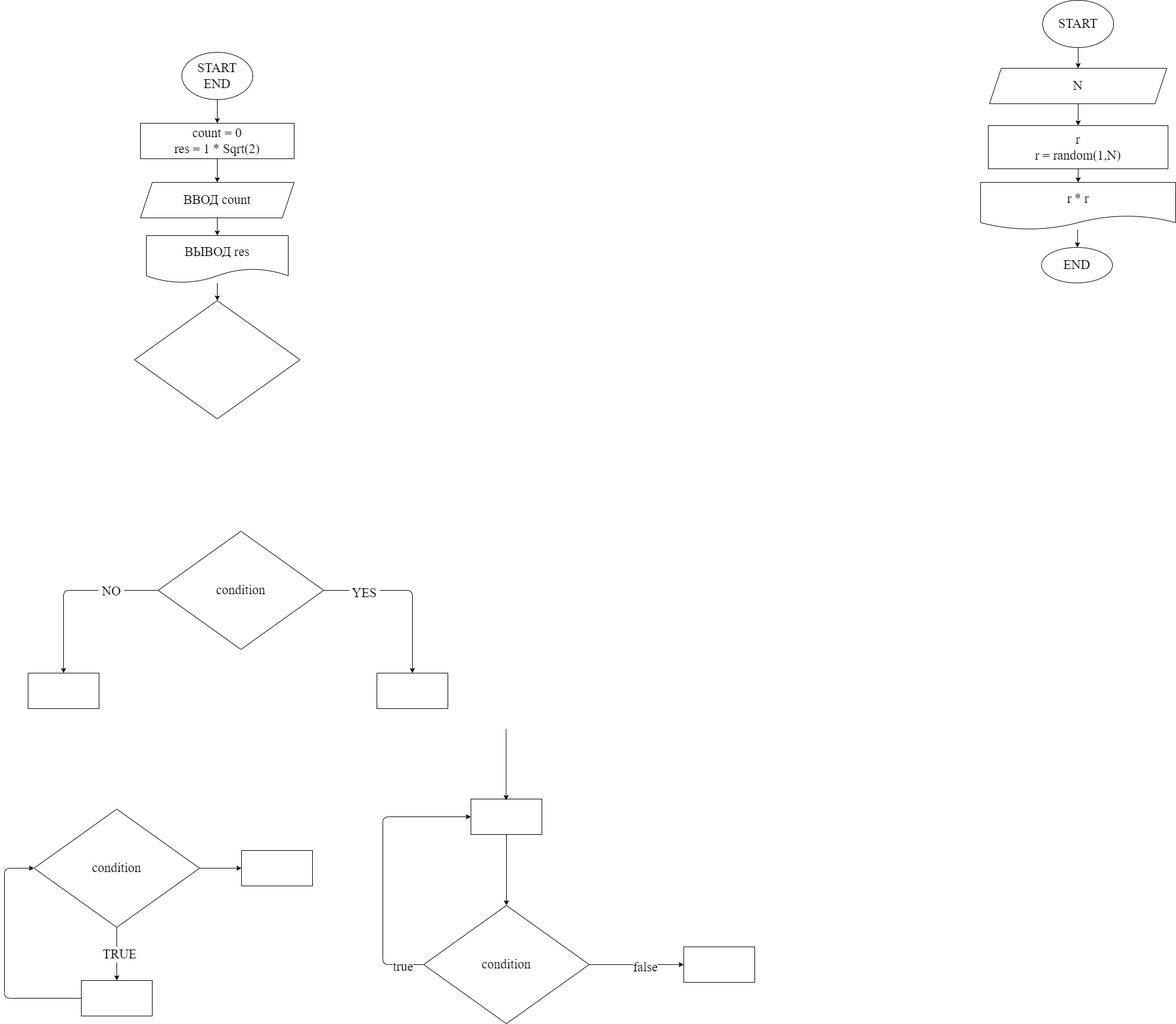
The draw.io diagram ex000.drawio.png in iksergey/practice_temp, before a commit. Source tidied: cells renumbered, new cells last; positions are measured from the earlier drawing's top-left corner, leaving out a move shared by most shapes.
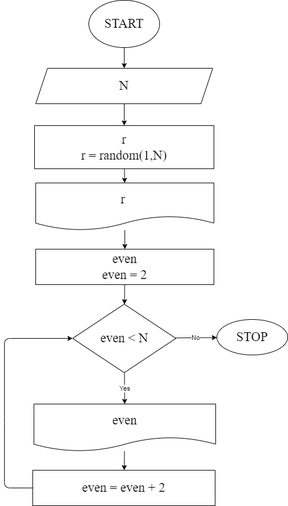
The same diagram one commit later.

Commit message:
Добавляем вывод всех четных чисел

What changed in the source:
```diff
@@ -2,123 +2,6 @@
   <root>
     <mxCell id="0" />
     <mxCell id="1" parent="0" />
-    <mxCell id="2" style="edgeStyle=none;html=1;fontFamily=Fira Code;fontSize=22;" parent="1" edge="1" source="3" target="5">
-      <mxGeometry relative="1" as="geometry" />
-    </mxCell>
-    <mxCell id="3" value="START&lt;br&gt;END" style="ellipse;whiteSpace=wrap;html=1;fontFamily=Fira Code;fontSize=22;" parent="1" vertex="1">
-      <mxGeometry x="300" y="88" width="120" height="80" as="geometry" />
-    </mxCell>
-    <mxCell id="4" style="edgeStyle=none;html=1;fontFamily=Fira Code;fontSize=22;" parent="1" edge="1" source="5" target="7">
-      <mxGeometry relative="1" as="geometry" />
-    </mxCell>
-    <mxCell id="5" value="count = 0&lt;br&gt;res = 1 * Sqrt(2)" style="whiteSpace=wrap;html=1;fontSize=22;fontFamily=Fira Code;" parent="1" vertex="1">
-      <mxGeometry x="230" y="208" width="260" height="60" as="geometry" />
-    </mxCell>
-    <mxCell id="6" style="edgeStyle=none;html=1;fontFamily=Fira Code;fontSize=22;" parent="1" edge="1" source="7" target="9">
-      <mxGeometry relative="1" as="geometry" />
-    </mxCell>
-    <mxCell id="7" value="ВВОД count" style="shape=parallelogram;perimeter=parallelogramPerimeter;whiteSpace=wrap;html=1;fixedSize=1;fontSize=22;fontFamily=Fira Code;" parent="1" vertex="1">
-      <mxGeometry x="230" y="308" width="260" height="60" as="geometry" />
-    </mxCell>
-    <mxCell id="8" style="edgeStyle=none;html=1;fontFamily=Fira Code;fontSize=22;" parent="1" edge="1" source="9" target="10">
-      <mxGeometry relative="1" as="geometry" />
-    </mxCell>
-    <mxCell id="9" value="ВЫВОД res" style="shape=document;whiteSpace=wrap;html=1;boundedLbl=1;fontSize=22;fontFamily=Fira Code;" parent="1" vertex="1">
-      <mxGeometry x="240" y="398" width="240" height="80" as="geometry" />
-    </mxCell>
-    <mxCell id="10" style="rhombus;whiteSpace=wrap;html=1;fontSize=22;fontFamily=Fira Code;" parent="1" vertex="1">
-      <mxGeometry x="220" y="508" width="280" height="200" as="geometry" />
-    </mxCell>
-    <mxCell id="11" style="edgeStyle=none;html=1;fontFamily=Fira Code;fontSize=22;" parent="1" edge="1" source="15" target="16">
-      <mxGeometry relative="1" as="geometry">
-        <Array as="points">
-          <mxPoint x="690" y="998" />
-        </Array>
-      </mxGeometry>
-    </mxCell>
-    <mxCell id="12" value="&amp;nbsp;YES&amp;nbsp;" style="edgeLabel;html=1;align=center;verticalAlign=middle;fontSize=22;fontFamily=Fira Code;" parent="11" vertex="1">
-      <mxGeometry x="-0.53" y="-4" relative="1" as="geometry" />
-    </mxCell>
-    <mxCell id="13" style="edgeStyle=none;html=1;fontFamily=Fira Code;fontSize=22;" parent="1" edge="1" source="15" target="17">
-      <mxGeometry relative="1" as="geometry">
-        <Array as="points">
-          <mxPoint x="100" y="998" />
-        </Array>
-      </mxGeometry>
-    </mxCell>
-    <mxCell id="14" value="&amp;nbsp;NO&amp;nbsp;" style="edgeLabel;html=1;align=center;verticalAlign=middle;fontSize=22;fontFamily=Fira Code;" parent="13" vertex="1">
-      <mxGeometry x="-0.47" y="1" relative="1" as="geometry" />
-    </mxCell>
-    <mxCell id="15" value="condition" style="rhombus;whiteSpace=wrap;html=1;fontSize=22;fontFamily=Fira Code;" parent="1" vertex="1">
-      <mxGeometry x="260" y="898" width="280" height="200" as="geometry" />
-    </mxCell>
-    <mxCell id="16" style="whiteSpace=wrap;html=1;fontSize=22;fontFamily=Fira Code;" parent="1" vertex="1">
-      <mxGeometry x="630" y="1138" width="120" height="60" as="geometry" />
-    </mxCell>
-    <mxCell id="17" style="whiteSpace=wrap;html=1;fontSize=22;fontFamily=Fira Code;" parent="1" vertex="1">
-      <mxGeometry x="40" y="1138" width="120" height="60" as="geometry" />
-    </mxCell>
-    <mxCell id="18" style="edgeStyle=none;html=1;fontFamily=Fira Code;fontSize=22;" parent="1" edge="1" source="21" target="23">
-      <mxGeometry relative="1" as="geometry" />
-    </mxCell>
-    <mxCell id="19" value="&amp;nbsp;TRUE&amp;nbsp;" style="edgeLabel;html=1;align=center;verticalAlign=middle;fontSize=22;fontFamily=Fira Code;" parent="18" vertex="1">
-      <mxGeometry y="4" relative="1" as="geometry" />
-    </mxCell>
-    <mxCell id="20" style="edgeStyle=none;html=1;fontFamily=Fira Code;fontSize=22;" parent="1" edge="1" source="21" target="32">
-      <mxGeometry relative="1" as="geometry" />
-    </mxCell>
-    <mxCell id="21" value="condition" style="rhombus;whiteSpace=wrap;html=1;fontSize=22;fontFamily=Fira Code;" parent="1" vertex="1">
-      <mxGeometry x="50" y="1368" width="280" height="200" as="geometry" />
-    </mxCell>
-    <mxCell id="22" style="edgeStyle=none;html=1;entryX=0;entryY=0.5;entryDx=0;entryDy=0;fontFamily=Fira Code;fontSize=22;" parent="1" edge="1" source="23" target="21">
-      <mxGeometry relative="1" as="geometry">
-        <Array as="points">
-          <mxPoint y="1688" />
-          <mxPoint y="1468" />
-        </Array>
-      </mxGeometry>
-    </mxCell>
-    <mxCell id="23" style="whiteSpace=wrap;html=1;fontSize=22;fontFamily=Fira Code;" parent="1" vertex="1">
-      <mxGeometry x="130" y="1658" width="120" height="60" as="geometry" />
-    </mxCell>
-    <mxCell id="24" style="edgeStyle=none;html=1;entryX=0;entryY=0.5;entryDx=0;entryDy=0;fontFamily=Fira Code;fontSize=22;" parent="1" edge="1" source="28" target="30">
-      <mxGeometry relative="1" as="geometry">
-        <Array as="points">
-          <mxPoint x="640" y="1631" />
-          <mxPoint x="640" y="1381" />
-        </Array>
-      </mxGeometry>
-    </mxCell>
-    <mxCell id="25" value="true" style="edgeLabel;html=1;align=center;verticalAlign=middle;fontSize=22;fontFamily=Fira Code;" parent="24" vertex="1">
-      <mxGeometry x="-0.85" y="3" relative="1" as="geometry" />
-    </mxCell>
-    <mxCell id="26" style="edgeStyle=none;html=1;fontFamily=Fira Code;fontSize=22;" parent="1" edge="1" source="28" target="33">
-      <mxGeometry relative="1" as="geometry" />
-    </mxCell>
-    <mxCell id="27" value="false" style="edgeLabel;html=1;align=center;verticalAlign=middle;fontSize=22;fontFamily=Fira Code;" parent="26" vertex="1">
-      <mxGeometry x="0.17" y="-4" relative="1" as="geometry" />
-    </mxCell>
-    <mxCell id="28" value="condition" style="rhombus;whiteSpace=wrap;html=1;fontSize=22;fontFamily=Fira Code;" parent="1" vertex="1">
-      <mxGeometry x="709" y="1531" width="280" height="200" as="geometry" />
-    </mxCell>
-    <mxCell id="29" style="edgeStyle=none;html=1;entryX=0.5;entryY=0;entryDx=0;entryDy=0;fontFamily=Fira Code;fontSize=22;" parent="1" edge="1" source="30" target="28">
-      <mxGeometry relative="1" as="geometry" />
-    </mxCell>
-    <mxCell id="30" style="whiteSpace=wrap;html=1;fontSize=22;fontFamily=Fira Code;" parent="1" vertex="1">
-      <mxGeometry x="789" y="1351" width="120" height="60" as="geometry" />
-    </mxCell>
-    <mxCell id="31" style="edgeStyle=none;html=1;entryX=0.5;entryY=0;entryDx=0;entryDy=0;fontFamily=Fira Code;fontSize=22;" parent="1" edge="1">
-      <mxGeometry relative="1" as="geometry">
-        <mxPoint x="848.5" y="1233" as="sourcePoint" />
-        <mxPoint x="848.5" y="1353" as="targetPoint" />
-      </mxGeometry>
-    </mxCell>
-    <mxCell id="32" style="whiteSpace=wrap;html=1;fontSize=22;fontFamily=Fira Code;" parent="1" vertex="1">
-      <mxGeometry x="401" y="1438" width="120" height="60" as="geometry" />
-    </mxCell>
-    <mxCell id="33" style="whiteSpace=wrap;html=1;fontSize=22;fontFamily=Fira Code;" parent="1" vertex="1">
-      <mxGeometry x="1149" y="1601" width="120" height="60" as="geometry" />
-    </mxCell>
     <mxCell id="34" style="edgeStyle=none;html=1;fontFamily=Fira Code;fontSize=22;" parent="1" edge="1" source="35" target="37">
       <mxGeometry relative="1" as="geometry" />
     </mxCell>
@@ -137,14 +20,52 @@
     <mxCell id="39" value="r&lt;br&gt;r = random(1,N)" style="whiteSpace=wrap;html=1;fontSize=22;fontFamily=Fira Code;" parent="1" vertex="1">
       <mxGeometry x="1664" y="212" width="304" height="73" as="geometry" />
     </mxCell>
-    <mxCell id="40" style="edgeStyle=none;html=1;fontFamily=Fira Code;fontSize=22;" parent="1" edge="1" source="41" target="42">
-      <mxGeometry relative="1" as="geometry" />
-    </mxCell>
+    <mxCell id="43" style="edgeStyle=none;html=1;" parent="1" edge="1" source="41" target="45">
+      <mxGeometry relative="1" as="geometry" />
+    </mxCell>
-    <mxCell id="41" value="r * r" style="shape=document;whiteSpace=wrap;html=1;boundedLbl=1;fontSize=22;fontFamily=Fira Code;" parent="1" vertex="1">
-      <mxGeometry x="1651" y="308" width="330" height="80" as="geometry" />
+    <mxCell id="41" value="r&amp;nbsp;" style="shape=document;whiteSpace=wrap;html=1;boundedLbl=1;fontSize=22;fontFamily=Fira Code;" parent="1" vertex="1">
+      <mxGeometry x="1666" y="309" width="302" height="80" as="geometry" />
     </mxCell>
-    <mxCell id="42" value="END" style="ellipse;whiteSpace=wrap;html=1;fontSize=22;fontFamily=Fira Code;" parent="1" vertex="1">
-      <mxGeometry x="1754" y="418" width="120" height="60" as="geometry" />
-    </mxCell>
+    <mxCell id="44" style="edgeStyle=none;html=1;" parent="1" edge="1" source="45" target="48">
+      <mxGeometry relative="1" as="geometry" />
+    </mxCell>
+    <mxCell id="45" value="even&lt;br&gt;even = 2" style="whiteSpace=wrap;html=1;fontSize=22;fontFamily=Fira Code;" parent="1" vertex="1">
+      <mxGeometry x="1666" y="421" width="302" height="60" as="geometry" />
+    </mxCell>
+    <mxCell id="46" value="Yes" style="edgeStyle=none;html=1;" parent="1" edge="1" source="48" target="50">
+      <mxGeometry relative="1" as="geometry" />
+    </mxCell>
+    <mxCell id="47" value="No" style="edgeStyle=none;html=1;" parent="1" edge="1" source="48" target="54">
+      <mxGeometry relative="1" as="geometry" />
+    </mxCell>
+    <mxCell id="48" value="even &amp;lt; N" style="rhombus;whiteSpace=wrap;html=1;fontSize=22;fontFamily=Fira Code;" parent="1" vertex="1">
+      <mxGeometry x="1728.5" y="514" width="175" height="116" as="geometry" />
+    </mxCell>
+    <mxCell id="49" style="edgeStyle=none;html=1;" parent="1" edge="1" source="50" target="53">
+      <mxGeometry relative="1" as="geometry" />
+    </mxCell>
+    <mxCell id="50" value="even" style="shape=document;whiteSpace=wrap;html=1;boundedLbl=1;fontSize=22;fontFamily=Fira Code;" parent="1" vertex="1">
+      <mxGeometry x="1663" y="683" width="308" height="80" as="geometry" />
+    </mxCell>
+    <mxCell id="51" style="edgeStyle=none;html=1;entryX=0;entryY=0.5;entryDx=0;entryDy=0;" parent="1" edge="1" source="53" target="48">
+      <mxGeometry relative="1" as="geometry">
+        <Array as="points">
+          <mxPoint x="1613" y="825" />
+          <mxPoint x="1613" y="705" />
+          <mxPoint x="1613" y="572" />
+        </Array>
+      </mxGeometry>
+    </mxCell>
+    <mxCell id="52" style="edgeStyle=none;html=1;exitX=0;exitY=0.5;exitDx=0;exitDy=0;" parent="1" edge="1" source="53">
+      <mxGeometry relative="1" as="geometry">
+        <mxPoint x="1679" y="825" as="targetPoint" />
+      </mxGeometry>
+    </mxCell>
+    <mxCell id="53" value="even = even + 2" style="whiteSpace=wrap;html=1;fontSize=22;fontFamily=Fira Code;" parent="1" vertex="1">
+      <mxGeometry x="1661" y="795" width="309" height="60" as="geometry" />
+    </mxCell>
+    <mxCell id="54" value="STOP" style="ellipse;whiteSpace=wrap;html=1;fontSize=22;fontFamily=Fira Code;" parent="1" vertex="1">
+      <mxGeometry x="1973" y="540" width="120" height="60" as="geometry" />
+    </mxCell>
   </root>
 </mxGraphModel>
```
